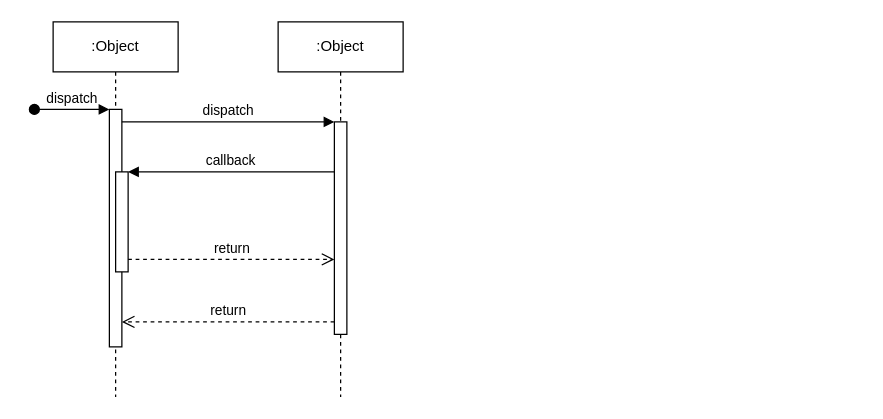
This is 未命名绘图.drawio from ForLina/sxc_contract, a draw.io file, before an edit. Source tidied: cells renumbered, new cells numbered last; positions are measured from the earlier drawing's top-left corner, leaving out a move shared by most shapes. Both pictures are drawn from the tidied source at 125%, with x=0, y=0 at pixel (34, 21).
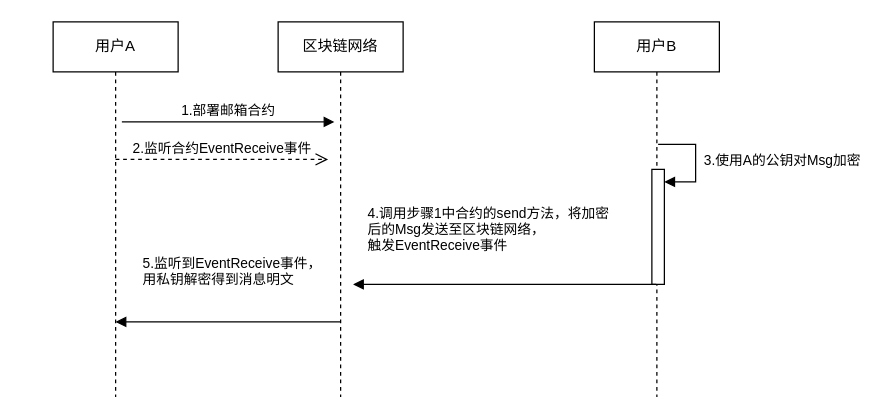
The same diagram, later.

Commit message:
更新未命名绘图.drawio

Diff of the diagram source:
```diff
@@
 <mxGraphModel>
   <root>
     <mxCell id="0" />
     <mxCell id="1" parent="0" />
-    <mxCell id="2" value=":Object" style="shape=umlLifeline;perimeter=lifelinePerimeter;whiteSpace=wrap;html=1;newEdgeStyle={&quot;edgeStyle&quot;:&quot;elbowEdgeStyle&quot;,&quot;elbow&quot;:&quot;vertical&quot;,&quot;curved&quot;:0,&quot;rounded&quot;:0};" parent="1" vertex="1">
+    <mxCell id="2" value="用户A" style="shape=umlLifeline;perimeter=lifelinePerimeter;whiteSpace=wrap;html=1;newEdgeStyle={&quot;edgeStyle&quot;:&quot;elbowEdgeStyle&quot;,&quot;elbow&quot;:&quot;vertical&quot;,&quot;curved&quot;:0,&quot;rounded&quot;:0};" parent="1" vertex="1">
       <mxGeometry x="15" width="100" height="300" as="geometry" />
     </mxCell>
-    <mxCell id="3" style="html=1;points=[];perimeter=orthogonalPerimeter;outlineConnect=0;targetShapes=umlLifeline;portConstraint=eastwest;newEdgeStyle={&quot;edgeStyle&quot;:&quot;elbowEdgeStyle&quot;,&quot;elbow&quot;:&quot;vertical&quot;,&quot;curved&quot;:0,&quot;rounded&quot;:0};" parent="2" vertex="1">
-      <mxGeometry x="45" y="70" width="10" height="190" as="geometry" />
-    </mxCell>
-    <mxCell id="4" value="dispatch" style="html=1;verticalAlign=bottom;startArrow=oval;endArrow=block;startSize=8;edgeStyle=elbowEdgeStyle;elbow=vertical;curved=0;rounded=0;" parent="2" edge="1" target="3">
-      <mxGeometry relative="1" as="geometry">
-        <mxPoint x="-15" y="70" as="sourcePoint" />
-      </mxGeometry>
-    </mxCell>
-    <mxCell id="5" style="html=1;points=[];perimeter=orthogonalPerimeter;outlineConnect=0;targetShapes=umlLifeline;portConstraint=eastwest;newEdgeStyle={&quot;edgeStyle&quot;:&quot;elbowEdgeStyle&quot;,&quot;elbow&quot;:&quot;vertical&quot;,&quot;curved&quot;:0,&quot;rounded&quot;:0};" parent="2" vertex="1">
-      <mxGeometry x="50" y="120" width="10" height="80" as="geometry" />
-    </mxCell>
-    <mxCell id="6" value=":Object" style="shape=umlLifeline;perimeter=lifelinePerimeter;whiteSpace=wrap;html=1;newEdgeStyle={&quot;edgeStyle&quot;:&quot;elbowEdgeStyle&quot;,&quot;elbow&quot;:&quot;vertical&quot;,&quot;curved&quot;:0,&quot;rounded&quot;:0};" parent="1" vertex="1">
+    <mxCell id="6" value="区块链网络" style="shape=umlLifeline;perimeter=lifelinePerimeter;whiteSpace=wrap;html=1;newEdgeStyle={&quot;edgeStyle&quot;:&quot;elbowEdgeStyle&quot;,&quot;elbow&quot;:&quot;vertical&quot;,&quot;curved&quot;:0,&quot;rounded&quot;:0};" parent="1" vertex="1">
       <mxGeometry x="195" width="100" height="300" as="geometry" />
     </mxCell>
-    <mxCell id="7" style="html=1;points=[];perimeter=orthogonalPerimeter;outlineConnect=0;targetShapes=umlLifeline;portConstraint=eastwest;newEdgeStyle={&quot;edgeStyle&quot;:&quot;elbowEdgeStyle&quot;,&quot;elbow&quot;:&quot;vertical&quot;,&quot;curved&quot;:0,&quot;rounded&quot;:0};" parent="6" vertex="1">
-      <mxGeometry x="45" y="80" width="10" height="170" as="geometry" />
-    </mxCell>
-    <mxCell id="8" value="dispatch" style="html=1;verticalAlign=bottom;endArrow=block;edgeStyle=elbowEdgeStyle;elbow=vertical;curved=0;rounded=0;" parent="1" edge="1" source="3" target="7">
+    <mxCell id="8" value="1.部署邮箱合约" style="html=1;verticalAlign=bottom;endArrow=block;edgeStyle=elbowEdgeStyle;elbow=horizontal;curved=0;rounded=0;" parent="1" edge="1">
       <mxGeometry relative="1" as="geometry">
+        <mxPoint x="70" y="80" as="sourcePoint" />
+        <mxPoint x="240" y="80" as="targetPoint" />
         <Array as="points">
           <mxPoint x="155" y="80" />
         </Array>
       </mxGeometry>
     </mxCell>
-    <mxCell id="9" value="return" style="html=1;verticalAlign=bottom;endArrow=open;dashed=1;endSize=8;edgeStyle=elbowEdgeStyle;elbow=vertical;curved=0;rounded=0;" parent="1" edge="1" source="7" target="3">
-      <mxGeometry relative="1" as="geometry">
-        <Array as="points">
-          <mxPoint x="165" y="240" />
-        </Array>
-      </mxGeometry>
-    </mxCell>
-    <mxCell id="10" value="callback" style="html=1;verticalAlign=bottom;endArrow=block;edgeStyle=elbowEdgeStyle;elbow=vertical;curved=0;rounded=0;" parent="1" edge="1" source="7" target="5">
-      <mxGeometry relative="1" as="geometry">
-        <Array as="points">
-          <mxPoint x="165" y="120" />
-        </Array>
-      </mxGeometry>
-    </mxCell>
-    <mxCell id="11" value="return" style="html=1;verticalAlign=bottom;endArrow=open;dashed=1;endSize=8;edgeStyle=elbowEdgeStyle;elbow=vertical;curved=0;rounded=0;" parent="1" edge="1" source="5" target="7">
-      <mxGeometry relative="1" as="geometry">
-        <Array as="points">
-          <mxPoint x="155" y="190" />
-        </Array>
-      </mxGeometry>
-    </mxCell>
+    <mxCell id="12" value="用户B" style="shape=umlLifeline;perimeter=lifelinePerimeter;whiteSpace=wrap;html=1;outlineConnect=0;portConstraint=eastwest;newEdgeStyle={&quot;edgeStyle&quot;:&quot;elbowEdgeStyle&quot;,&quot;elbow&quot;:&quot;vertical&quot;,&quot;curved&quot;:0,&quot;rounded&quot;:0};participant=label;" parent="1" vertex="1">
+      <mxGeometry x="448" width="100" height="300" as="geometry" />
+    </mxCell>
+    <mxCell id="13" style="html=1;points=[];perimeter=orthogonalPerimeter;outlineConnect=0;targetShapes=umlLifeline;portConstraint=eastwest;newEdgeStyle={&quot;edgeStyle&quot;:&quot;elbowEdgeStyle&quot;,&quot;elbow&quot;:&quot;vertical&quot;,&quot;curved&quot;:0,&quot;rounded&quot;:0};" parent="12" vertex="1">
+      <mxGeometry x="46" y="118" width="10" height="92" as="geometry" />
+    </mxCell>
+    <mxCell id="14" value="&amp;nbsp;3.使用A的公钥对Msg加密" style="html=1;align=left;spacingLeft=2;endArrow=block;rounded=0;edgeStyle=orthogonalEdgeStyle;curved=0;rounded=0;" parent="12" edge="1" target="13">
+      <mxGeometry relative="1" as="geometry">
+        <mxPoint x="51" y="98" as="sourcePoint" />
+        <Array as="points">
+          <mxPoint x="81" y="128" />
+        </Array>
+      </mxGeometry>
+    </mxCell>
+    <mxCell id="15" value="4.调用步骤1中合约的send方法，将加密&lt;br&gt;后的Msg发送至区块链网络，&lt;br&gt;触发EventReceive事件" style="endArrow=block;endFill=1;html=1;edgeStyle=orthogonalEdgeStyle;align=left;verticalAlign=top;rounded=0;" parent="1" edge="1" source="12">
+      <mxGeometry x="0.92" y="-70" relative="1" as="geometry">
+        <mxPoint x="255" y="210" as="targetPoint" />
+        <Array as="points">
+          <mxPoint x="345" y="210" />
+          <mxPoint x="345" y="210" />
+        </Array>
+      </mxGeometry>
+    </mxCell>
+    <mxCell id="16" value="2.监听合约EventReceive事件" style="html=1;verticalAlign=bottom;endArrow=open;dashed=1;endSize=8;edgeStyle=elbowEdgeStyle;elbow=vertical;curved=0;rounded=0;" parent="1" edge="1">
+      <mxGeometry relative="1" as="geometry">
+        <mxPoint x="65" y="110" as="sourcePoint" />
+        <mxPoint x="235" y="110" as="targetPoint" />
+      </mxGeometry>
+    </mxCell>
+    <mxCell id="17" value="5.监听到EventReceive事件，&lt;br&gt;用私钥解密得到消息明文" style="endArrow=block;endFill=1;html=1;edgeStyle=orthogonalEdgeStyle;align=left;verticalAlign=top;rounded=0;" parent="1" edge="1">
+      <mxGeometry x="0.78" y="-60" relative="1" as="geometry">
+        <mxPoint x="245" y="240" as="sourcePoint" />
+        <mxPoint x="65" y="240" as="targetPoint" />
+        <Array as="points">
+          <mxPoint x="155" y="240" />
+          <mxPoint x="155" y="240" />
+        </Array>
+      </mxGeometry>
+    </mxCell>
   </root>
 </mxGraphModel>
```
